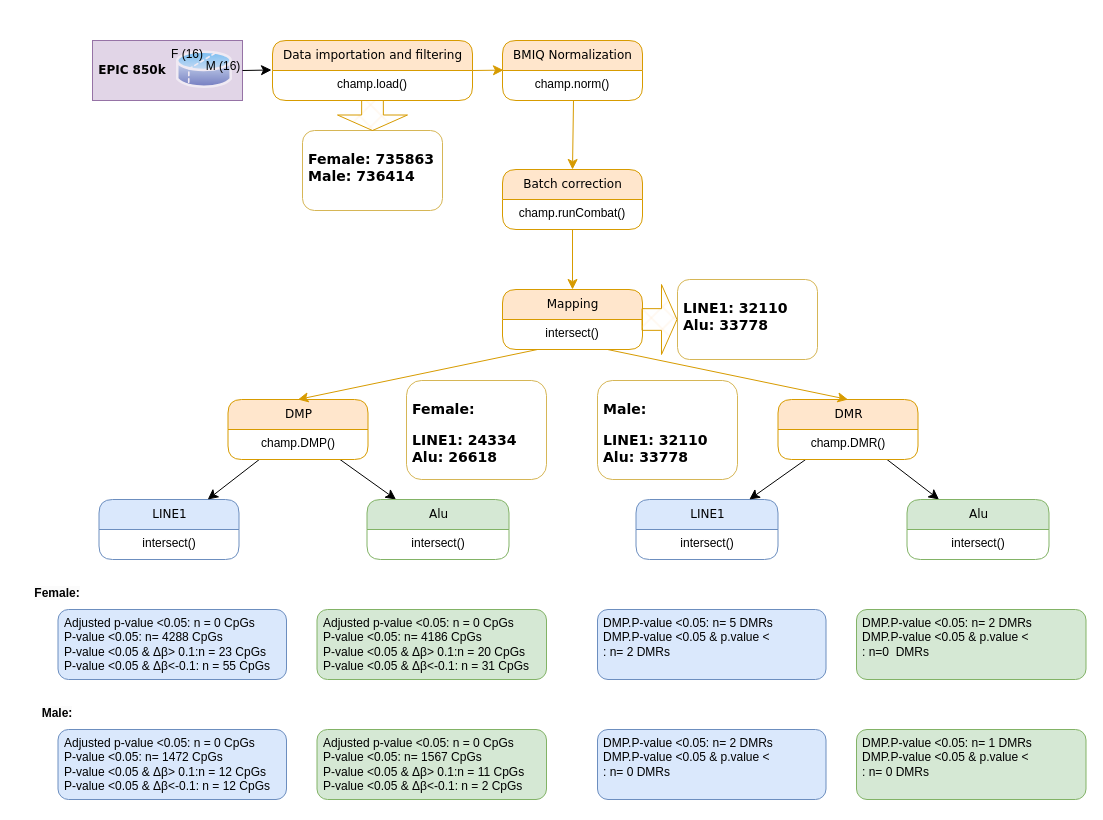
This is LBP.drawio from mwLuan/image_storage, a draw.io file, before an edit. Source tidied: cells renumbered, new cells numbered last; positions are measured from the earlier drawing's top-left corner, leaving out a move shared by most shapes. Both pictures are drawn from the tidied source at 100%, with x=0, y=0 at pixel (17, 40).
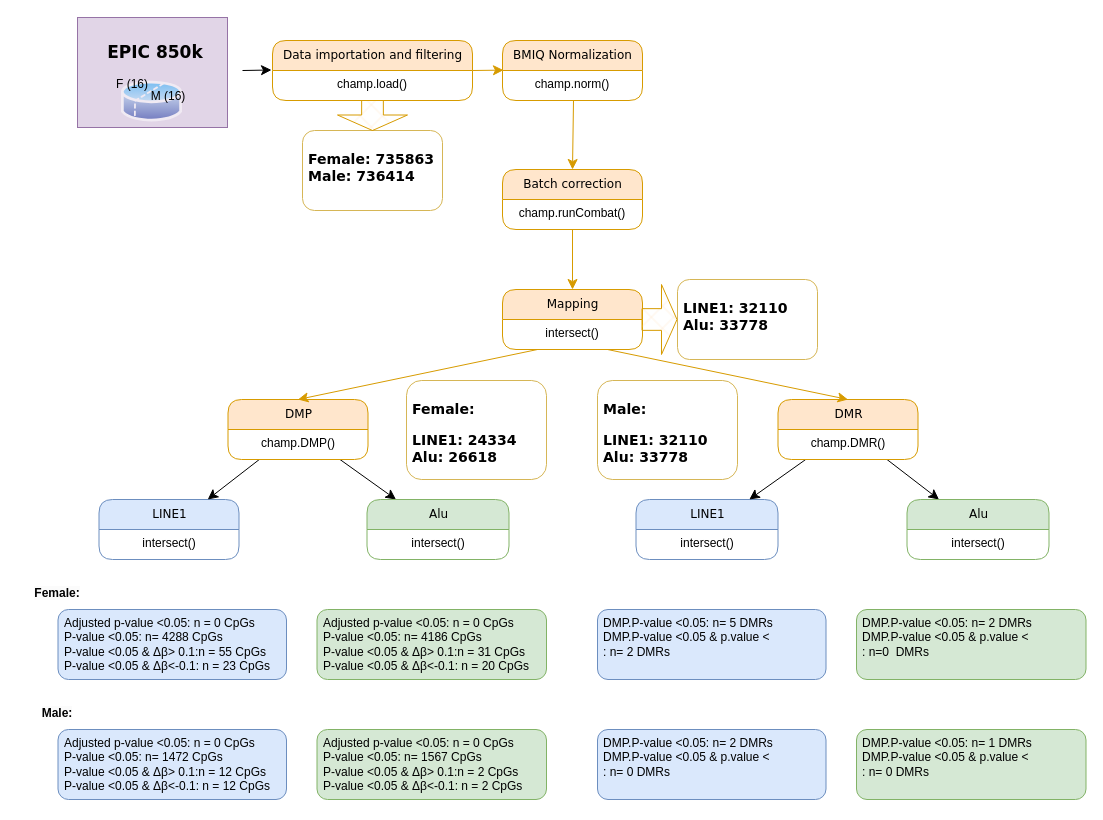
After the change.

Change to the diagram source:
```diff
@@
-    <mxCell id="2" value="&lt;b&gt;&amp;nbsp;EPIC 850k&lt;/b&gt;" style="whiteSpace=wrap;html=1;rounded=0;shadow=0;comic=0;labelBackgroundColor=none;strokeWidth=1;fontFamily=Verdana;fontSize=12;align=left;fillColor=#e1d5e7;strokeColor=#9673a6;" parent="1" vertex="1">
-      <mxGeometry x="75" width="150" height="60" as="geometry" />
+    <mxCell id="2" value="&lt;b style=&quot;font-size: 17px;&quot;&gt;&amp;nbsp;EPIC 850k&lt;br&gt;&lt;br&gt;&lt;br&gt;&lt;/b&gt;" style="whiteSpace=wrap;html=1;rounded=0;shadow=0;comic=0;labelBackgroundColor=none;strokeWidth=1;fontFamily=Verdana;fontSize=12;align=center;fillColor=#e1d5e7;strokeColor=#9673a6;" parent="1" vertex="1">
+      <mxGeometry x="60" y="-23" width="150" height="110" as="geometry" />
     </mxCell>
@@
-    <mxCell id="30" style="image;perimeter=ellipsePerimeter;html=1;align=center;shadow=0;dashed=0;spacingTop=3;image=img/lib/active_directory/database_partition_2.svg;verticalAlign=middle;rotation=0;opacity=50;" parent="1" vertex="1">
-      <mxGeometry x="159" y="8.5" width="56" height="41.5" as="geometry" />
-    </mxCell>
-    <mxCell id="31" value="F (16)" style="text;html=1;spacingLeft=4;spacingRight=4;whiteSpace=wrap;overflow=hidden;align=center;rounded=1;direction=west;" parent="1" vertex="1">
-      <mxGeometry x="145" width="50" height="20" as="geometry" />
-    </mxCell>
-    <mxCell id="32" value="M (16)" style="text;html=1;spacingLeft=4;spacingRight=4;whiteSpace=wrap;overflow=hidden;align=center;rounded=1;direction=west;" parent="1" vertex="1">
-      <mxGeometry x="181" y="11.5" width="50" height="20" as="geometry" />
-    </mxCell>
-    <mxCell id="33" value="Adjusted p-value &amp;lt;0.05: n = 0 CpGs &lt;br&gt;P-value &amp;lt;0.05: n= 4288 CpGs&lt;br&gt;P-value &amp;lt;0.05 &amp;amp; Δβ&amp;gt; 0.1:n = 23 CpGs&lt;br&gt;P-value &amp;lt;0.05 &amp;amp; Δβ&amp;lt;-0.1: n = 55 CpGs" style="text;html=1;spacingLeft=4;spacingRight=4;whiteSpace=wrap;overflow=hidden;align=left;rounded=1;fillColor=#dae8fc;strokeColor=#6c8ebf;" parent="1" vertex="1">
+    <mxCell id="33" value="Adjusted p-value &amp;lt;0.05: n = 0 CpGs &lt;br&gt;P-value &amp;lt;0.05: n= 4288 CpGs&lt;br&gt;P-value &amp;lt;0.05 &amp;amp; Δβ&amp;gt; 0.1:n = 55 CpGs&lt;br&gt;P-value &amp;lt;0.05 &amp;amp; Δβ&amp;lt;-0.1: n = 23 CpGs" style="text;html=1;spacingLeft=4;spacingRight=4;whiteSpace=wrap;overflow=hidden;align=left;rounded=1;fillColor=#dae8fc;strokeColor=#6c8ebf;" parent="1" vertex="1">
       <mxGeometry x="40.5" y="569" width="228.5" height="70" as="geometry" />
     </mxCell>
@@
-    <mxCell id="36" value="Adjusted p-value &amp;lt;0.05: n = 0 CpGs &lt;br&gt;P-value &amp;lt;0.05: n= 4186 CpGs&lt;br&gt;P-value &amp;lt;0.05 &amp;amp; Δβ&amp;gt; 0.1:n = 20 CpGs&lt;br&gt;P-value &amp;lt;0.05 &amp;amp; Δβ&amp;lt;-0.1: n = 31 CpGs" style="text;html=1;spacingLeft=4;spacingRight=4;whiteSpace=wrap;overflow=hidden;align=left;rounded=1;fillColor=#d5e8d4;strokeColor=#82b366;" parent="1" vertex="1">
+    <mxCell id="36" value="Adjusted p-value &amp;lt;0.05: n = 0 CpGs &lt;br&gt;P-value &amp;lt;0.05: n= 4186 CpGs&lt;br&gt;P-value &amp;lt;0.05 &amp;amp; Δβ&amp;gt; 0.1:n = 31 CpGs&lt;br&gt;P-value &amp;lt;0.05 &amp;amp; Δβ&amp;lt;-0.1: n = 20 CpGs" style="text;html=1;spacingLeft=4;spacingRight=4;whiteSpace=wrap;overflow=hidden;align=left;rounded=1;fillColor=#d5e8d4;strokeColor=#82b366;" parent="1" vertex="1">
       <mxGeometry x="299.5" y="569" width="229.5" height="70" as="geometry" />
     </mxCell>
@@
-    <mxCell id="45" value="Adjusted p-value &amp;lt;0.05: n = 0 CpGs &lt;br&gt;P-value &amp;lt;0.05: n= 1567 CpGs&lt;br&gt;P-value &amp;lt;0.05 &amp;amp; Δβ&amp;gt; 0.1:n = 11 CpGs&lt;br&gt;P-value &amp;lt;0.05 &amp;amp; Δβ&amp;lt;-0.1: n = 2 CpGs" style="text;html=1;spacingLeft=4;spacingRight=4;whiteSpace=wrap;overflow=hidden;align=left;rounded=1;fillColor=#d5e8d4;strokeColor=#82b366;" parent="1" vertex="1">
+    <mxCell id="45" value="Adjusted p-value &amp;lt;0.05: n = 0 CpGs &lt;br&gt;P-value &amp;lt;0.05: n= 1567 CpGs&lt;br&gt;P-value &amp;lt;0.05 &amp;amp; Δβ&amp;gt; 0.1:n = 2 CpGs&lt;br&gt;P-value &amp;lt;0.05 &amp;amp; Δβ&amp;lt;-0.1: n = 2 CpGs" style="text;html=1;spacingLeft=4;spacingRight=4;whiteSpace=wrap;overflow=hidden;align=left;rounded=1;fillColor=#d5e8d4;strokeColor=#82b366;" parent="1" vertex="1">
       <mxGeometry x="299.5" y="689" width="229.5" height="70" as="geometry" />
     </mxCell>
@@
+    <mxCell id="52" style="group;" parent="1" vertex="1">
+      <mxGeometry x="90" y="30" width="86" height="53.7" as="geometry" />
+    </mxCell>
+    <mxCell id="30" style="image;perimeter=ellipsePerimeter;html=1;align=center;shadow=0;dashed=0;spacingTop=3;image=img/lib/active_directory/database_partition_2.svg;verticalAlign=middle;rotation=0;opacity=50;" parent="52" vertex="1">
+      <mxGeometry x="14" y="8.5" width="61" height="45.1" as="geometry" />
+    </mxCell>
+    <mxCell id="31" value="F (16)" style="text;html=1;spacingLeft=4;spacingRight=4;whiteSpace=wrap;overflow=hidden;align=center;rounded=1;direction=west;" parent="52" vertex="1">
+      <mxGeometry width="50" height="20" as="geometry" />
+    </mxCell>
+    <mxCell id="32" value="M (16)" style="text;html=1;spacingLeft=4;spacingRight=4;whiteSpace=wrap;overflow=hidden;align=center;rounded=1;direction=west;" parent="52" vertex="1">
+      <mxGeometry x="36" y="11.5" width="50" height="20" as="geometry" />
+    </mxCell>
```
